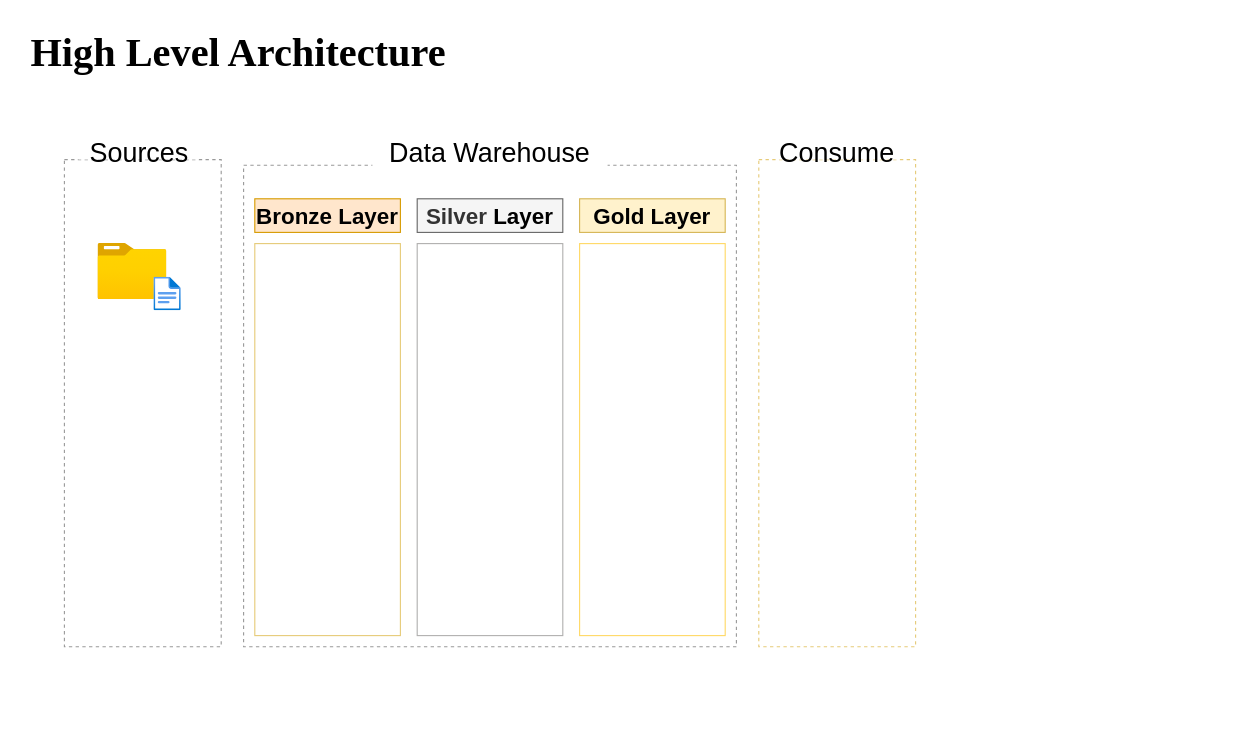
Earlier version of the draw.io diagram page "Page-1" (1 of 2) of architecture.drawio (Bhavya-02022000/DWH_project). Source tidied: cells renumbered, new cells numbered last; positions are measured from the earlier drawing's top-left corner, leaving out a move shared by most shapes. Both pictures are drawn from the tidied source at 112%, with x=0, y=0 at pixel (19, 19). Pictures stored in the file or linked from it are replaced by grey dashed boxes.
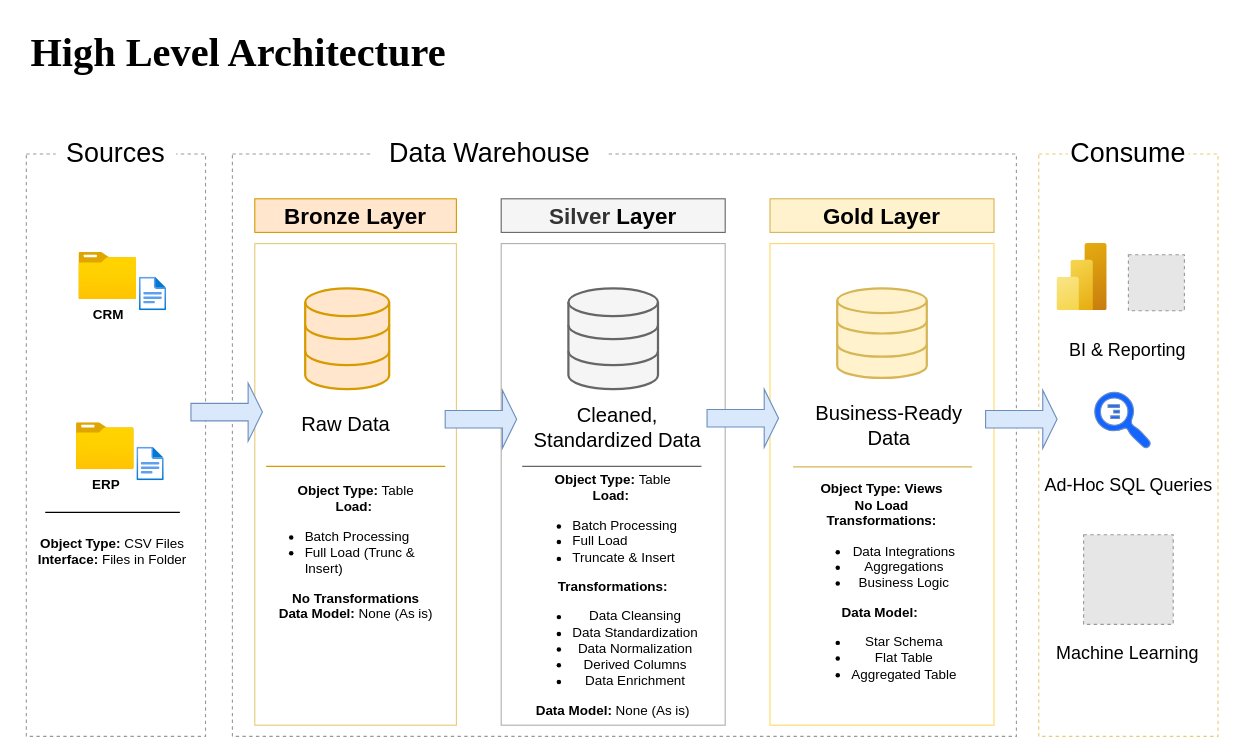
The same page after the edit.

What changed in the source:
```diff
@@
     <mxCell id="2" style="rounded=0;whiteSpace=wrap;html=1;fillColor=none;dashed=1;strokeColor=#999999;" parent="1" vertex="1">
-      <mxGeometry x="40" y="125" width="140" height="435" as="geometry" />
+      <mxGeometry x="6" y="120" width="160" height="520" as="geometry" />
     </mxCell>
@@
     <mxCell id="4" value="&lt;p&gt;&lt;font style=&quot;font-size: 24px;&quot;&gt;Sources&lt;/font&gt;&lt;/p&gt;" style="rounded=0;whiteSpace=wrap;html=1;strokeColor=none;" parent="1" vertex="1">
-      <mxGeometry x="52.5" y="115" width="107.5" height="10" as="geometry" />
+      <mxGeometry x="32.2" y="115" width="107.5" height="10" as="geometry" />
     </mxCell>
     <mxCell id="5" style="rounded=0;whiteSpace=wrap;html=1;fillColor=none;dashed=1;strokeColor=#999999;" parent="1" vertex="1">
-      <mxGeometry x="200" y="130" width="440" height="430" as="geometry" />
+      <mxGeometry x="190" y="120" width="700" height="520" as="geometry" />
     </mxCell>
@@
     <mxCell id="7" style="rounded=0;whiteSpace=wrap;html=1;fillColor=none;dashed=1;strokeColor=light-dark(#e6cb79, #543300);" parent="1" vertex="1">
-      <mxGeometry x="660" y="125" width="140" height="435" as="geometry" />
+      <mxGeometry x="910" y="120" width="160" height="520" as="geometry" />
     </mxCell>
     <mxCell id="8" value="&lt;p&gt;&lt;font style=&quot;font-size: 24px;&quot;&gt;Consume&lt;/font&gt;&lt;/p&gt;" style="rounded=0;whiteSpace=wrap;html=1;strokeColor=none;" parent="1" vertex="1">
-      <mxGeometry x="676.2" y="115" width="107.5" height="10" as="geometry" />
+      <mxGeometry x="936.2" y="115" width="107.5" height="10" as="geometry" />
     </mxCell>
     <mxCell id="9" value="&lt;font style=&quot;font-size: 20px;&quot;&gt;&lt;b&gt;Bronze Layer&lt;/b&gt;&lt;/font&gt;" style="rounded=0;whiteSpace=wrap;html=1;fillColor=#ffe6cc;strokeColor=#d79b00;" parent="1" vertex="1">
-      <mxGeometry x="210" y="160" width="130" height="30" as="geometry" />
+      <mxGeometry x="210" y="160" width="180" height="30" as="geometry" />
     </mxCell>
     <mxCell id="10" style="rounded=0;whiteSpace=wrap;html=1;fillColor=none;strokeColor=light-dark(#e6cb79, #543300);" parent="1" vertex="1">
-      <mxGeometry x="210" y="200" width="130" height="350" as="geometry" />
+      <mxGeometry x="210" y="200" width="180" height="430" as="geometry" />
     </mxCell>
     <mxCell id="11" value="&lt;b&gt;&lt;font style=&quot;font-size: 20px;&quot;&gt;Silver&lt;/font&gt;&lt;span style=&quot;font-size: 20px; background-color: transparent; color: light-dark(rgb(0, 0, 0), rgb(255, 255, 255));&quot;&gt;&amp;nbsp;Layer&lt;/span&gt;&lt;/b&gt;" style="rounded=0;whiteSpace=wrap;html=1;fillColor=#f5f5f5;strokeColor=#666666;fontColor=#333333;" parent="1" vertex="1">
-      <mxGeometry x="355" y="160" width="130" height="30" as="geometry" />
+      <mxGeometry x="430" y="160" width="200" height="30" as="geometry" />
     </mxCell>
     <mxCell id="12" style="rounded=0;whiteSpace=wrap;html=1;fillColor=none;strokeColor=light-dark(#b1b0af, #543300);" parent="1" vertex="1">
-      <mxGeometry x="355" y="200" width="130" height="350" as="geometry" />
+      <mxGeometry x="430" y="200" width="200" height="430" as="geometry" />
     </mxCell>
     <mxCell id="13" value="&lt;font style=&quot;font-size: 20px;&quot;&gt;&lt;b&gt;Gold Layer&lt;/b&gt;&lt;/font&gt;" style="rounded=0;whiteSpace=wrap;html=1;fillColor=#fff2cc;strokeColor=#d6b656;" parent="1" vertex="1">
-      <mxGeometry x="500" y="160" width="130" height="30" as="geometry" />
+      <mxGeometry x="670" y="160" width="200" height="30" as="geometry" />
     </mxCell>
     <mxCell id="14" style="rounded=0;whiteSpace=wrap;html=1;fillColor=none;strokeColor=#FFD966;" parent="1" vertex="1">
-      <mxGeometry x="500" y="200" width="130" height="350" as="geometry" />
+      <mxGeometry x="670" y="200" width="200" height="430" as="geometry" />
     </mxCell>
-    <mxCell id="15" style="image;html=1;align=center;fontSize=12;image=img/lib/azure2/general/Folder_Blank.svg;" parent="1" vertex="1">
-      <mxGeometry x="70" y="200" width="61.6" height="50" as="geometry" />
+    <mxCell id="15" value="&lt;b&gt;CRM&lt;/b&gt;" style="image;html=1;align=center;fontSize=12;image=img/lib/azure2/general/Folder_Blank.svg;" parent="1" vertex="1">
+      <mxGeometry x="53" y="208.1" width="51.6" height="41.9" as="geometry" />
     </mxCell>
     <mxCell id="16" style="image;html=1;align=center;fontSize=12;image=img/lib/azure2/general/File.svg;" parent="1" vertex="1">
-      <mxGeometry x="120" y="230" width="24.4" height="30" as="geometry" />
+      <mxGeometry x="107" y="230" width="24.4" height="30" as="geometry" />
     </mxCell>
+    <mxCell id="17" value="&lt;b&gt;ERP&lt;/b&gt;" style="image;html=1;align=center;fontSize=12;image=img/lib/azure2/general/Folder_Blank.svg;" parent="1" vertex="1">
+      <mxGeometry x="50.8" y="360" width="51.6" height="41.9" as="geometry" />
+    </mxCell>
+    <mxCell id="18" style="image;html=1;align=center;fontSize=12;image=img/lib/azure2/general/File.svg;" parent="1" vertex="1">
+      <mxGeometry x="104.8" y="381.9" width="24.4" height="30" as="geometry" />
+    </mxCell>
+    <mxCell id="19" style="endArrow=none;html=1;rounded=0;entryX=0.929;entryY=0.747;entryDx=0;entryDy=0;entryPerimeter=0;exitX=0.071;exitY=0.747;exitDx=0;exitDy=0;exitPerimeter=0;" parent="1" edge="1">
+      <mxGeometry relative="1" as="geometry">
+        <mxPoint x="22.9" y="440" as="sourcePoint" />
+        <mxPoint x="143.1" y="440" as="targetPoint" />
+      </mxGeometry>
+    </mxCell>
+    <mxCell id="20" value="&lt;b&gt;Object Type: &lt;/b&gt;CSV Files&lt;div&gt;&lt;b&gt;Interface: &lt;/b&gt;Files in Folder&lt;/div&gt;" style="text;html=1;align=center;verticalAlign=middle;whiteSpace=wrap;rounded=0;" parent="1" vertex="1">
+      <mxGeometry x="13" y="460" width="140" height="30" as="geometry" />
+    </mxCell>
+    <mxCell id="21" style="html=1;verticalLabelPosition=bottom;align=center;labelBackgroundColor=#ffffff;verticalAlign=top;strokeWidth=2;strokeColor=#d79b00;shadow=0;dashed=0;shape=mxgraph.ios7.icons.data;fillColor=#ffe6cc;" parent="1" vertex="1">
+      <mxGeometry x="255" y="240" width="75" height="90" as="geometry" />
+    </mxCell>
+    <mxCell id="22" style="html=1;verticalLabelPosition=bottom;align=center;labelBackgroundColor=#ffffff;verticalAlign=top;strokeWidth=2;strokeColor=#666666;shadow=0;dashed=0;shape=mxgraph.ios7.icons.data;fillColor=#f5f5f5;fontColor=#333333;" parent="1" vertex="1">
+      <mxGeometry x="490" y="240" width="80" height="90" as="geometry" />
+    </mxCell>
+    <mxCell id="23" style="html=1;verticalLabelPosition=bottom;align=center;labelBackgroundColor=#ffffff;verticalAlign=top;strokeWidth=2;strokeColor=#d6b656;shadow=0;dashed=0;shape=mxgraph.ios7.icons.data;fillColor=#fff2cc;" parent="1" vertex="1">
+      <mxGeometry x="730" y="240" width="80" height="80" as="geometry" />
+    </mxCell>
+    <mxCell id="24" style="shape=singleArrow;whiteSpace=wrap;html=1;fillColor=#dae8fc;strokeColor=#6c8ebf;" parent="1" vertex="1">
+      <mxGeometry x="153" y="324.5" width="63.8" height="51.9" as="geometry" />
+    </mxCell>
+    <mxCell id="25" style="shape=singleArrow;whiteSpace=wrap;html=1;fillColor=#dae8fc;strokeColor=#6c8ebf;" parent="1" vertex="1">
+      <mxGeometry x="380" y="330.9" width="63.8" height="51.9" as="geometry" />
+    </mxCell>
+    <mxCell id="26" style="shape=singleArrow;whiteSpace=wrap;html=1;fillColor=#dae8fc;strokeColor=#6c8ebf;" parent="1" vertex="1">
+      <mxGeometry x="613.8" y="330" width="63.8" height="51.9" as="geometry" />
+    </mxCell>
+    <mxCell id="27" style="shape=singleArrow;whiteSpace=wrap;html=1;fillColor=#dae8fc;strokeColor=#6c8ebf;" parent="1" vertex="1">
+      <mxGeometry x="862.5" y="330.9" width="63.8" height="51.9" as="geometry" />
+    </mxCell>
+    <mxCell id="28" value="&lt;font style=&quot;font-size: 18px;&quot;&gt;Raw Data&lt;/font&gt;" style="text;html=1;align=center;verticalAlign=middle;whiteSpace=wrap;rounded=0;" parent="1" vertex="1">
+      <mxGeometry x="233.8" y="347.4" width="115" height="29.1" as="geometry" />
+    </mxCell>
+    <mxCell id="29" value="&lt;font style=&quot;font-size: 18px;&quot;&gt;Cleaned, Standardized Data&lt;/font&gt;" style="text;html=1;align=center;verticalAlign=middle;whiteSpace=wrap;rounded=0;" parent="1" vertex="1">
+      <mxGeometry x="453.8" y="340.9" width="160" height="49.1" as="geometry" />
+    </mxCell>
+    <mxCell id="30" value="&lt;font style=&quot;font-size: 18px;&quot;&gt;Business-Ready Data&lt;/font&gt;" style="text;html=1;align=center;verticalAlign=middle;whiteSpace=wrap;rounded=0;" parent="1" vertex="1">
+      <mxGeometry x="700" y="343.8" width="152.5" height="39.1" as="geometry" />
+    </mxCell>
+    <mxCell id="31" style="endArrow=none;html=1;rounded=0;entryX=0.944;entryY=0.558;entryDx=0;entryDy=0;entryPerimeter=0;exitX=0.071;exitY=0.747;exitDx=0;exitDy=0;exitPerimeter=0;fillColor=#ffe6cc;strokeColor=#d79b00;" parent="1" edge="1">
+      <mxGeometry relative="1" as="geometry">
+        <mxPoint x="220.1" y="398.9" as="sourcePoint" />
+        <mxPoint x="380" y="398.9" as="targetPoint" />
+      </mxGeometry>
+    </mxCell>
+    <mxCell id="32" value="&lt;b&gt;Object Type: &lt;/b&gt;Table&lt;br&gt;&lt;div&gt;&lt;b&gt;Load:&amp;nbsp;&lt;/b&gt;&lt;/div&gt;&lt;div&gt;&lt;ul&gt;&lt;li style=&quot;text-align: left;&quot;&gt;Batch Processing&lt;/li&gt;&lt;li style=&quot;text-align: left;&quot;&gt;Full Load (Trunc &amp;amp; Insert)&lt;/li&gt;&lt;/ul&gt;&lt;div&gt;&lt;b&gt;No Transformations&lt;/b&gt;&lt;/div&gt;&lt;/div&gt;&lt;div&gt;&lt;b&gt;Data Model:&lt;/b&gt; None (As is)&lt;/div&gt;&lt;div&gt;&lt;b&gt;&lt;br&gt;&lt;/b&gt;&lt;/div&gt;" style="text;html=1;align=center;verticalAlign=middle;whiteSpace=wrap;rounded=0;" parent="1" vertex="1">
+      <mxGeometry x="213.8" y="401.9" width="172.5" height="161.9" as="geometry" />
+    </mxCell>
+    <mxCell id="33" value="&lt;b&gt;Object Type: &lt;/b&gt;Table&lt;br&gt;&lt;div&gt;&lt;b&gt;Load:&amp;nbsp;&lt;/b&gt;&lt;/div&gt;&lt;div&gt;&lt;ul&gt;&lt;li style=&quot;text-align: left;&quot;&gt;Batch Processing&lt;/li&gt;&lt;li style=&quot;text-align: left;&quot;&gt;Full Load&amp;nbsp;&lt;/li&gt;&lt;li style=&quot;text-align: left;&quot;&gt;Truncate &amp;amp; Insert&lt;/li&gt;&lt;/ul&gt;&lt;div&gt;&lt;b&gt;Transformations:&lt;/b&gt;&lt;/div&gt;&lt;/div&gt;&lt;div&gt;&lt;ul&gt;&lt;li&gt;Data Cleansing&lt;/li&gt;&lt;li&gt;Data Standardization&lt;/li&gt;&lt;li&gt;Data Normalization&lt;/li&gt;&lt;li&gt;Derived Columns&lt;/li&gt;&lt;li&gt;Data Enrichment&lt;/li&gt;&lt;/ul&gt;&lt;/div&gt;&lt;div&gt;&lt;b&gt;Data Model:&lt;/b&gt; None (As is)&lt;/div&gt;&lt;div&gt;&lt;b&gt;&lt;br&gt;&lt;/b&gt;&lt;/div&gt;" style="text;html=1;align=center;verticalAlign=middle;whiteSpace=wrap;rounded=0;" parent="1" vertex="1">
+      <mxGeometry x="436.9" y="411.9" width="186.2" height="218.1" as="geometry" />
+    </mxCell>
+    <mxCell id="34" value="&lt;b&gt;Object Type: Views&lt;/b&gt;&lt;br&gt;&lt;div&gt;&lt;b&gt;No Load&lt;/b&gt;&lt;/div&gt;&lt;div&gt;&lt;b style=&quot;background-color: transparent; color: light-dark(rgb(0, 0, 0), rgb(255, 255, 255));&quot;&gt;Transformations:&lt;/b&gt;&lt;/div&gt;&lt;div&gt;&lt;ul&gt;&lt;li&gt;Data Integrations&lt;/li&gt;&lt;li&gt;Aggregations&lt;/li&gt;&lt;li&gt;Business Logic&lt;/li&gt;&lt;/ul&gt;&lt;/div&gt;&lt;div&gt;&lt;b&gt;Data Model:&lt;/b&gt;&amp;nbsp;&lt;/div&gt;&lt;div&gt;&lt;ul&gt;&lt;li&gt;Star Schema&lt;/li&gt;&lt;li&gt;Flat Table&lt;/li&gt;&lt;li&gt;Aggregated Table&lt;/li&gt;&lt;/ul&gt;&lt;/div&gt;&lt;div&gt;&lt;b&gt;&lt;br&gt;&lt;/b&gt;&lt;/div&gt;" style="text;html=1;align=center;verticalAlign=middle;whiteSpace=wrap;rounded=0;" parent="1" vertex="1">
+      <mxGeometry x="670" y="420" width="200" height="190" as="geometry" />
+    </mxCell>
+    <mxCell id="35" style="endArrow=none;html=1;rounded=0;entryX=0.944;entryY=0.558;entryDx=0;entryDy=0;entryPerimeter=0;exitX=0.071;exitY=0.747;exitDx=0;exitDy=0;exitPerimeter=0;fillColor=#f5f5f5;strokeColor=#666666;" parent="1" edge="1">
+      <mxGeometry relative="1" as="geometry">
+        <mxPoint x="448.8" y="398.9" as="sourcePoint" />
+        <mxPoint x="608.8" y="398.9" as="targetPoint" />
+      </mxGeometry>
+    </mxCell>
+    <mxCell id="36" style="endArrow=none;html=1;rounded=0;entryX=0.944;entryY=0.558;entryDx=0;entryDy=0;entryPerimeter=0;exitX=0.071;exitY=0.747;exitDx=0;exitDy=0;exitPerimeter=0;fillColor=#fff2cc;strokeColor=#d6b656;" parent="1" edge="1">
+      <mxGeometry relative="1" as="geometry">
+        <mxPoint x="690.6" y="399.4" as="sourcePoint" />
+        <mxPoint x="850.5" y="399.4" as="targetPoint" />
+      </mxGeometry>
+    </mxCell>
+    <mxCell id="37" style="image;html=1;align=center;fontSize=12;image=img/lib/azure2/analytics/Power_BI_Embedded.svg;" parent="1" vertex="1">
+      <mxGeometry x="926.2" y="200" width="45" height="60" as="geometry" />
+    </mxCell>
+    <mxCell id="38" style="fillColor=#E6E6E6;strokeColor=#999999;dashed=1;html=1;verticalAlign=top;verticalLabelPosition=bottom;labelBackgroundColor=#ffffff;" parent="1" vertex="1">
+      <mxGeometry x="990" y="210" width="50" height="50" as="geometry" />
+    </mxCell>
+    <mxCell id="39" style="sketch=0;shadow=0;dashed=0;html=1;strokeColor=#6c8ebf;labelPosition=center;verticalLabelPosition=bottom;verticalAlign=top;align=center;fillColor=#1465FF;shape=mxgraph.mscae.oms.log_search;direction=north;" parent="1" vertex="1">
+      <mxGeometry x="960" y="332.8" width="50" height="50" as="geometry" />
+    </mxCell>
+    <mxCell id="40" style="fillColor=#E6E6E6;strokeColor=#999999;dashed=1;verticalLabelPosition=bottom;labelBackgroundColor=default;verticalAlign=top;" parent="1" vertex="1">
+      <mxGeometry x="950" y="460" width="80" height="80" as="geometry" />
+    </mxCell>
+    <mxCell id="41" value="&lt;font style=&quot;font-size: 16px;&quot;&gt;BI &amp;amp; Reporting&lt;/font&gt;" style="text;html=1;align=center;verticalAlign=middle;whiteSpace=wrap;rounded=0;" parent="1" vertex="1">
+      <mxGeometry x="918.8" y="280" width="141.2" height="30" as="geometry" />
+    </mxCell>
+    <mxCell id="42" value="&lt;font style=&quot;font-size: 16px;&quot;&gt;Ad-Hoc SQL Queries&lt;/font&gt;" style="text;html=1;align=center;verticalAlign=middle;whiteSpace=wrap;rounded=0;" parent="1" vertex="1">
+      <mxGeometry x="910" y="400" width="161.2" height="30" as="geometry" />
+    </mxCell>
+    <mxCell id="43" value="&lt;font style=&quot;font-size: 16px;&quot;&gt;Machine Learning&lt;/font&gt;" style="text;html=1;align=center;verticalAlign=middle;whiteSpace=wrap;rounded=0;" parent="1" vertex="1">
+      <mxGeometry x="919.4" y="550" width="141.2" height="30" as="geometry" />
+    </mxCell>
```
